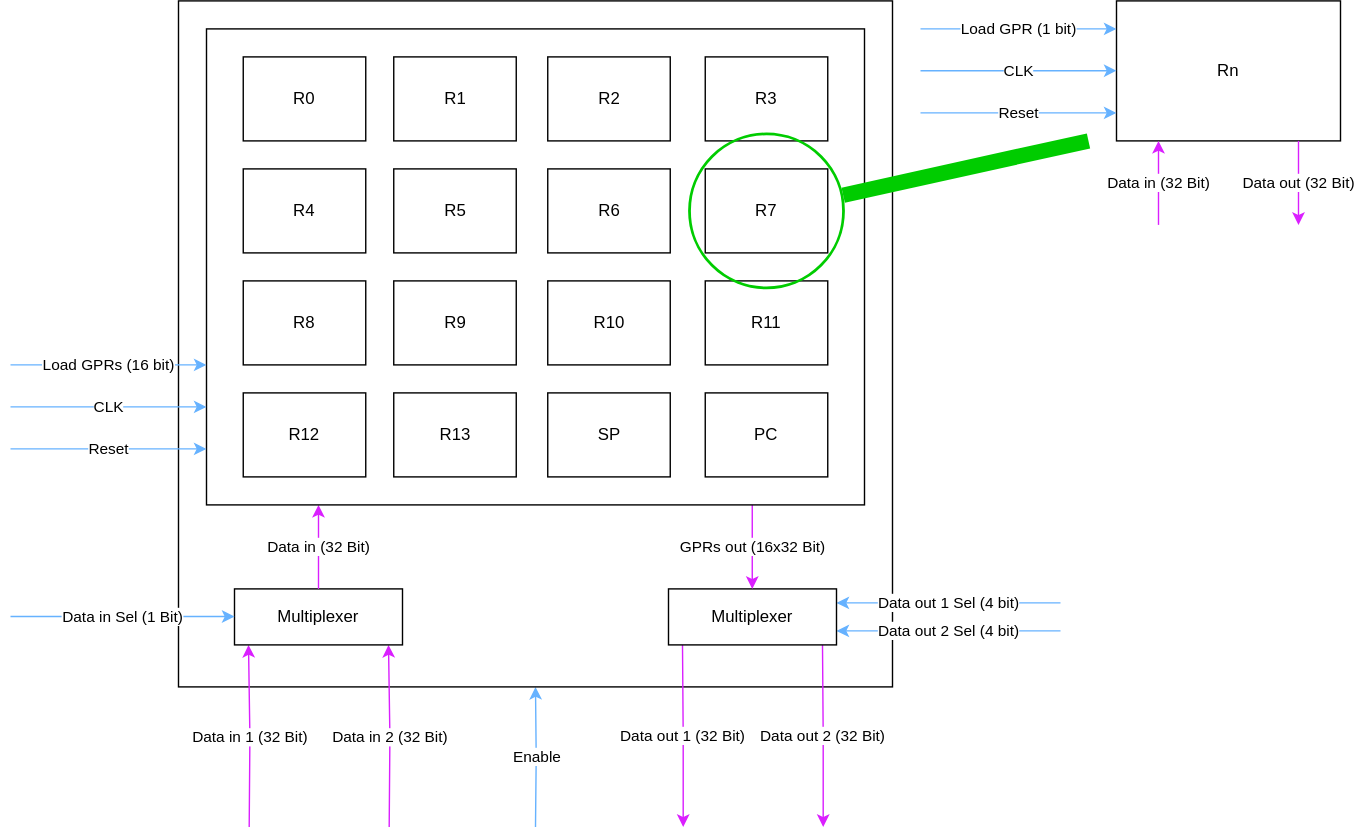
Earlier version of the draw.io export docs/Untitled Diagram.drawio.svg (Sanotsch2003/MiPro-XG-V1). Source tidied: cells renumbered, new cells last; positions are measured from the earlier drawing's top-left corner, leaving out a move shared by most shapes.
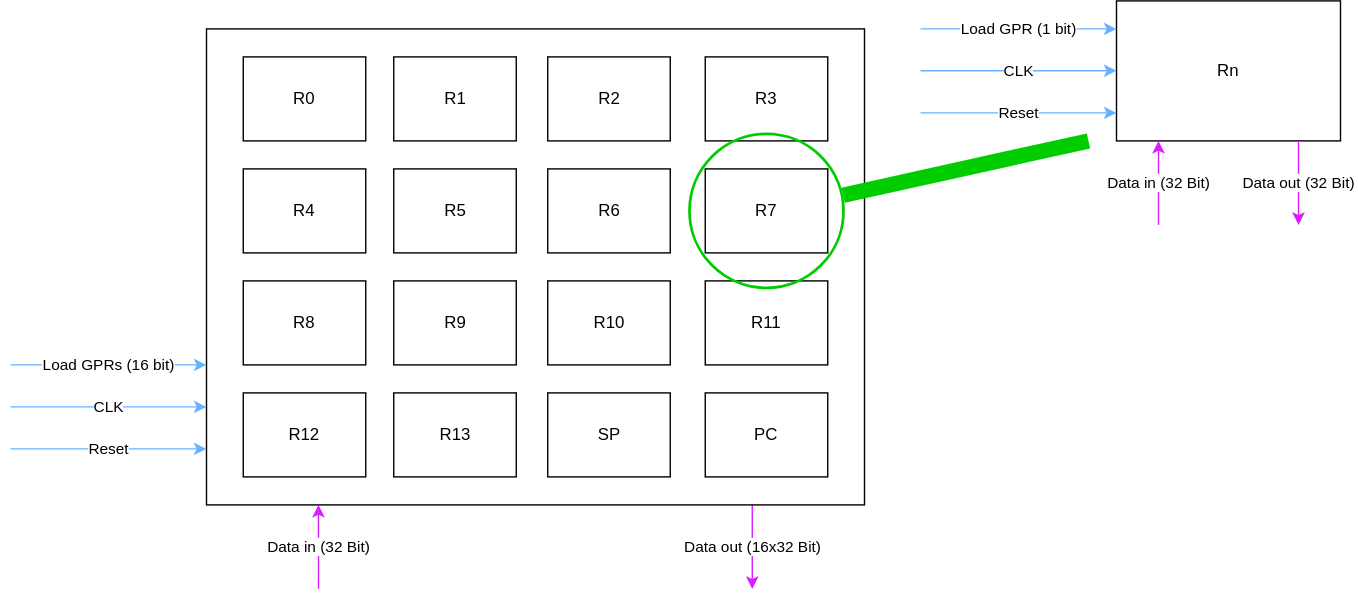
After the change.

The edit, as a diff of the source:
```diff
@@ -2,69 +2,13 @@
   <root>
     <mxCell id="0" />
     <mxCell id="1" parent="0" />
-    <mxCell id="2" value="Enable" style="edgeStyle=orthogonalEdgeStyle;rounded=0;jettySize=auto;html=1;strokeColor=#66B2FF;" parent="1" edge="1" target="3">
-      <mxGeometry relative="1" as="geometry">
-        <mxPoint x="375" y="590" as="sourcePoint" />
-      </mxGeometry>
-    </mxCell>
-    <mxCell id="3" style="rounded=0;whiteSpace=wrap;html=1;" parent="1" vertex="1">
-      <mxGeometry x="120" width="510" height="490" as="geometry" />
-    </mxCell>
-    <mxCell id="4" value="Data out 1 Sel (4 bit)" style="edgeStyle=orthogonalEdgeStyle;rounded=0;orthogonalLoop=1;jettySize=auto;html=1;strokeColor=#66B2FF;" parent="1" edge="1">
-      <mxGeometry relative="1" as="geometry">
-        <mxPoint x="750" y="430" as="sourcePoint" />
-        <mxPoint x="590" y="430" as="targetPoint" />
-      </mxGeometry>
-    </mxCell>
-    <mxCell id="5" value="Data out 2 Sel (4 bit)" style="edgeStyle=orthogonalEdgeStyle;rounded=0;orthogonalLoop=1;jettySize=auto;html=1;strokeColor=#66B2FF;" parent="1" edge="1">
-      <mxGeometry relative="1" as="geometry">
-        <mxPoint x="750" y="450" as="sourcePoint" />
-        <mxPoint x="590" y="450" as="targetPoint" />
-      </mxGeometry>
-    </mxCell>
-    <mxCell id="6" value="Data in 2 (32 Bit)" style="edgeStyle=orthogonalEdgeStyle;rounded=0;orthogonalLoop=1;jettySize=auto;html=1;strokeColor=#DA1FFF;entryX=0.25;entryY=1;entryDx=0;entryDy=0;" parent="1" edge="1">
-      <mxGeometry relative="1" as="geometry">
-        <mxPoint x="270.5" y="590" as="sourcePoint" />
-        <mxPoint x="270" y="460" as="targetPoint" />
-      </mxGeometry>
-    </mxCell>
-    <mxCell id="7" value="Data in 1 (32 Bit)" style="edgeStyle=orthogonalEdgeStyle;rounded=0;orthogonalLoop=1;jettySize=auto;html=1;strokeColor=#DA1FFF;entryX=0.25;entryY=1;entryDx=0;entryDy=0;" parent="1" edge="1">
-      <mxGeometry relative="1" as="geometry">
-        <mxPoint x="170.5" y="590" as="sourcePoint" />
-        <mxPoint x="170" y="460" as="targetPoint" />
-      </mxGeometry>
-    </mxCell>
-    <mxCell id="8" value="Data out 2 (32 Bit)" style="edgeStyle=orthogonalEdgeStyle;rounded=0;orthogonalLoop=1;jettySize=auto;html=1;strokeColor=#DA1FFF;entryX=0.25;entryY=1;entryDx=0;entryDy=0;" parent="1" edge="1">
-      <mxGeometry relative="1" as="geometry">
-        <mxPoint x="580" y="460" as="sourcePoint" />
-        <mxPoint x="580.5" y="590" as="targetPoint" />
-      </mxGeometry>
-    </mxCell>
-    <mxCell id="9" value="Data out 1 (32 Bit)" style="edgeStyle=orthogonalEdgeStyle;rounded=0;orthogonalLoop=1;jettySize=auto;html=1;strokeColor=#DA1FFF;entryX=0.25;entryY=1;entryDx=0;entryDy=0;" parent="1" edge="1">
-      <mxGeometry relative="1" as="geometry">
-        <mxPoint x="480" y="460" as="sourcePoint" />
-        <mxPoint x="480.5" y="590" as="targetPoint" />
-      </mxGeometry>
-    </mxCell>
-    <mxCell id="10" value="Multiplexer" style="rounded=0;whiteSpace=wrap;html=1;" parent="1" vertex="1">
-      <mxGeometry x="160" y="420" width="120" height="40" as="geometry" />
-    </mxCell>
-    <mxCell id="11" value="Data in Sel (1 Bit)" style="edgeStyle=orthogonalEdgeStyle;rounded=0;orthogonalLoop=1;jettySize=auto;html=1;strokeColor=#66B2FF;" parent="1" edge="1">
-      <mxGeometry relative="1" as="geometry">
-        <mxPoint y="439.8" as="sourcePoint" />
-        <mxPoint x="160" y="439.8" as="targetPoint" />
-      </mxGeometry>
-    </mxCell>
     <mxCell id="12" value="Data in (32 Bit)" style="edgeStyle=orthogonalEdgeStyle;rounded=0;orthogonalLoop=1;jettySize=auto;html=1;strokeColor=#DA1FFF;" parent="1" edge="1">
       <mxGeometry relative="1" as="geometry">
         <mxPoint x="220" y="420" as="sourcePoint" />
         <mxPoint x="220" y="360" as="targetPoint" />
       </mxGeometry>
     </mxCell>
-    <mxCell id="13" value="Multiplexer" style="rounded=0;whiteSpace=wrap;html=1;" parent="1" vertex="1">
-      <mxGeometry x="470" y="420" width="120" height="40" as="geometry" />
-    </mxCell>
-    <mxCell id="14" value="GPRs out (16x32 Bit)" style="edgeStyle=orthogonalEdgeStyle;rounded=0;orthogonalLoop=1;jettySize=auto;html=1;strokeColor=#DA1FFF;" parent="1" edge="1">
+    <mxCell id="14" value="Data out (16x32 Bit)" style="edgeStyle=orthogonalEdgeStyle;rounded=0;orthogonalLoop=1;jettySize=auto;html=1;strokeColor=#DA1FFF;" parent="1" edge="1">
       <mxGeometry relative="1" as="geometry">
         <mxPoint x="529.8" y="360" as="sourcePoint" />
         <mxPoint x="529.8" y="420" as="targetPoint" />
```
